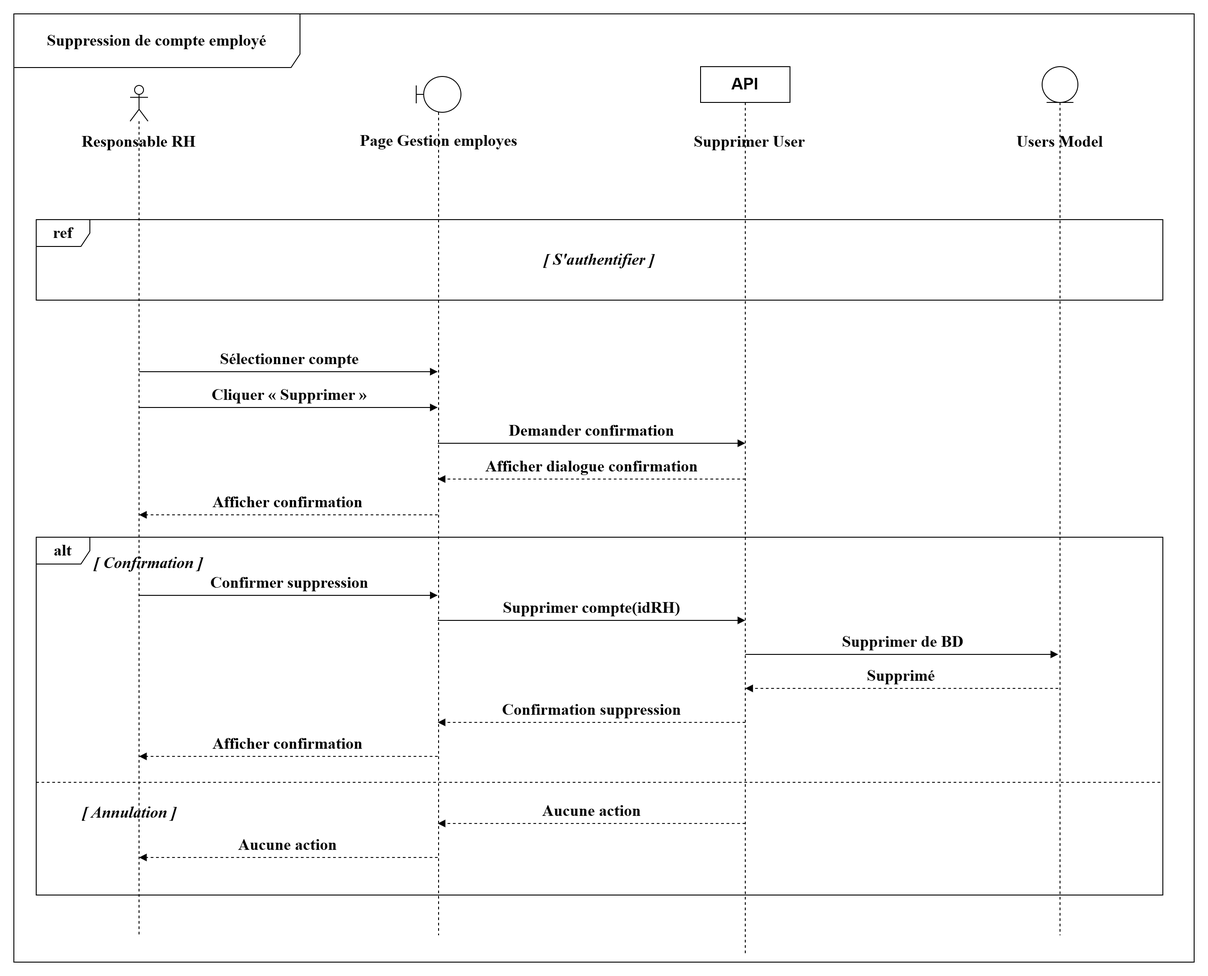
Above: projet/images/digf/ss1/sup.drawio.png in louu7895/pfe (draw.io), before the change. Source tidied: cells renumbered, new cells last; positions are measured from the earlier drawing's top-left corner, leaving out a move shared by most shapes.
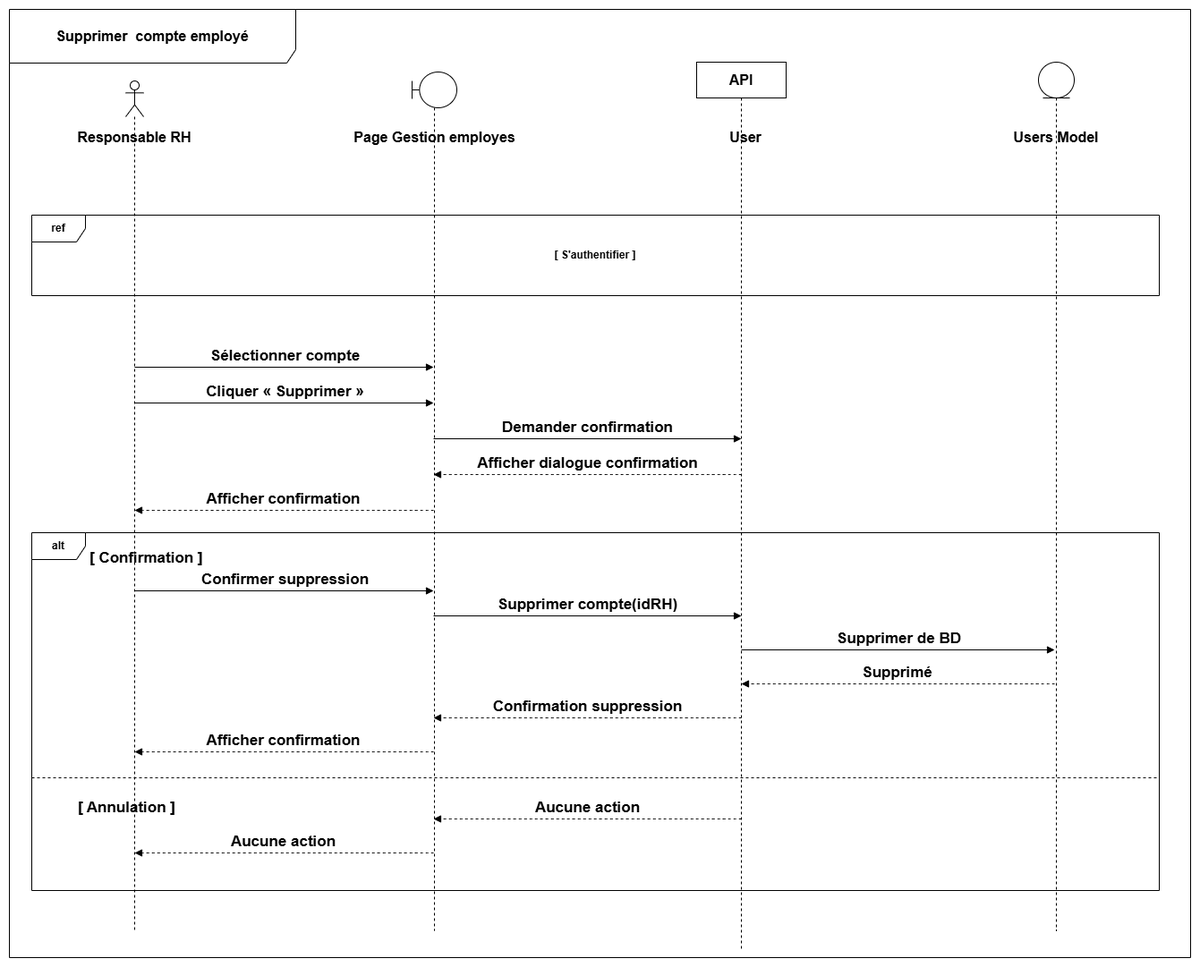
Later version of the same file.

What changed in the source:
```diff
@@ -2,127 +2,127 @@
   <root>
     <mxCell id="0" />
     <mxCell id="1" parent="0" />
-    <mxCell id="2" style="shape=umlLifeline;perimeter=lifelinePerimeter;whiteSpace=wrap;html=1;newEdgeStyle={&quot;curved&quot;:0,&quot;rounded&quot;:0};participant=umlActor;fontSize=18;fontFamily=Times New Roman;fontStyle=1;" parent="1" vertex="1">
+    <mxCell id="2" style="shape=umlLifeline;perimeter=lifelinePerimeter;whiteSpace=wrap;html=1;newEdgeStyle={&quot;curved&quot;:0,&quot;rounded&quot;:0};participant=umlActor;fontSize=16;fontFamily=Helvetica;fontStyle=1;" parent="1" vertex="1">
       <mxGeometry x="130" y="80" width="20" height="950" as="geometry" />
     </mxCell>
-    <mxCell id="3" style="shape=umlLifeline;perimeter=lifelinePerimeter;whiteSpace=wrap;html=1;newEdgeStyle={&quot;curved&quot;:0,&quot;rounded&quot;:0};participant=umlBoundary;fontSize=18;fontFamily=Times New Roman;fontStyle=1;" parent="1" vertex="1">
+    <mxCell id="3" style="shape=umlLifeline;perimeter=lifelinePerimeter;whiteSpace=wrap;html=1;newEdgeStyle={&quot;curved&quot;:0,&quot;rounded&quot;:0};participant=umlBoundary;fontSize=16;fontFamily=Helvetica;fontStyle=1;" parent="1" vertex="1">
       <mxGeometry x="450" y="70" width="50" height="960" as="geometry" />
     </mxCell>
-    <mxCell id="4" style="shape=umlLifeline;perimeter=lifelinePerimeter;whiteSpace=wrap;html=1;newEdgeStyle={&quot;curved&quot;:0,&quot;rounded&quot;:0};participant=umlEntity;fontSize=18;fontFamily=Times New Roman;fontStyle=1;" parent="1" vertex="1">
+    <mxCell id="4" style="shape=umlLifeline;perimeter=lifelinePerimeter;whiteSpace=wrap;html=1;newEdgeStyle={&quot;curved&quot;:0,&quot;rounded&quot;:0};participant=umlEntity;fontSize=16;fontFamily=Helvetica;fontStyle=1;" parent="1" vertex="1">
       <mxGeometry x="1150" y="59" width="40" height="971" as="geometry" />
     </mxCell>
-    <mxCell id="5" value="Responsable RH" style="text;html=1;whiteSpace=wrap;strokeColor=none;fillColor=none;align=center;verticalAlign=middle;rounded=0;fontSize=18;fontStyle=1;fontFamily=Times New Roman;" parent="1" vertex="1">
+    <mxCell id="5" value="Responsable RH" style="text;html=1;whiteSpace=wrap;strokeColor=none;fillColor=none;align=center;verticalAlign=middle;rounded=0;fontSize=16;fontStyle=1;fontFamily=Helvetica;" parent="1" vertex="1">
       <mxGeometry x="75" y="130" width="130" height="25" as="geometry" />
     </mxCell>
-    <mxCell id="6" value="Page Gestion employes&lt;div&gt;&lt;br&gt;&lt;/div&gt;" style="text;html=1;whiteSpace=wrap;strokeColor=none;fillColor=none;align=center;verticalAlign=middle;rounded=0;fontSize=18;fontStyle=1;fontFamily=Times New Roman;" parent="1" vertex="1">
+    <mxCell id="6" value="Page Gestion employes&lt;div&gt;&lt;br&gt;&lt;/div&gt;" style="text;html=1;whiteSpace=wrap;strokeColor=none;fillColor=none;align=center;verticalAlign=middle;rounded=0;fontSize=16;fontStyle=1;fontFamily=Helvetica;" parent="1" vertex="1">
       <mxGeometry x="341.5" y="140" width="267" height="25" as="geometry" />
     </mxCell>
-    <mxCell id="7" value="Supprimer User" style="text;html=1;whiteSpace=wrap;strokeColor=none;fillColor=none;align=center;verticalAlign=middle;rounded=0;fontSize=18;fontStyle=1;fontFamily=Times New Roman;" parent="1" vertex="1">
+    <mxCell id="7" value="User" style="text;html=1;whiteSpace=wrap;strokeColor=none;fillColor=none;align=center;verticalAlign=middle;rounded=0;fontSize=16;fontStyle=1;fontFamily=Helvetica;" parent="1" vertex="1">
       <mxGeometry x="758" y="130" width="130" height="25" as="geometry" />
     </mxCell>
-    <mxCell id="8" value="Users Model" style="text;html=1;whiteSpace=wrap;strokeColor=none;fillColor=none;align=center;verticalAlign=middle;rounded=0;fontSize=18;fontStyle=1;fontFamily=Times New Roman;" parent="1" vertex="1">
+    <mxCell id="8" value="Users Model" style="text;html=1;whiteSpace=wrap;strokeColor=none;fillColor=none;align=center;verticalAlign=middle;rounded=0;fontSize=16;fontStyle=1;fontFamily=Helvetica;" parent="1" vertex="1">
       <mxGeometry x="1115" y="130" width="110" height="25" as="geometry" />
     </mxCell>
-    <mxCell id="9" value="Suppression de compte employé" style="shape=umlFrame;whiteSpace=wrap;html=1;width=320;height=60;fontSize=18;fontFamily=Times New Roman;fontStyle=1;" parent="1" vertex="1">
+    <mxCell id="9" value="Supprimer&amp;nbsp; compte employé" style="shape=umlFrame;whiteSpace=wrap;html=1;width=320;height=60;fontSize=16;fontFamily=Helvetica;fontStyle=1;" parent="1" vertex="1">
       <mxGeometry width="1320" height="1060" as="geometry" />
     </mxCell>
-    <mxCell id="10" value="ref" style="shape=umlFrame;whiteSpace=wrap;html=1;fontSize=18;fontFamily=Times New Roman;fontStyle=1;" parent="1" vertex="1">
+    <mxCell id="10" value="ref" style="shape=umlFrame;whiteSpace=wrap;html=1;fontSize=12;fontFamily=Helvetica;fontStyle=1;" parent="1" vertex="1">
       <mxGeometry x="25" y="230" width="1260" height="90" as="geometry" />
     </mxCell>
-    <mxCell id="11" value="[ S'authentifier ]" style="text;html=1;whiteSpace=wrap;strokeColor=none;fillColor=none;align=center;verticalAlign=middle;rounded=0;fontSize=18;fontStyle=3;fontFamily=Times New Roman;" parent="1" vertex="1">
+    <mxCell id="11" value="[ S'authentifier ]" style="text;html=1;whiteSpace=wrap;strokeColor=none;fillColor=none;align=center;verticalAlign=middle;rounded=0;fontSize=12;fontStyle=1;fontFamily=Helvetica;" parent="1" vertex="1">
       <mxGeometry x="555" y="260" width="200" height="30" as="geometry" />
     </mxCell>
-    <mxCell id="12" value="Sélectionner compte" style="html=1;verticalAlign=bottom;endArrow=block;curved=0;rounded=0;fontSize=18;fontFamily=Times New Roman;fontStyle=1;" parent="1" edge="1">
+    <mxCell id="12" value="Sélectionner compte" style="html=1;verticalAlign=bottom;endArrow=block;curved=0;rounded=0;fontSize=17;fontFamily=Helvetica;fontStyle=1;" parent="1" edge="1">
       <mxGeometry relative="1" as="geometry">
         <mxPoint x="140" y="400" as="sourcePoint" />
         <mxPoint x="474" y="400" as="targetPoint" />
       </mxGeometry>
     </mxCell>
-    <mxCell id="13" value="Cliquer « Supprimer »" style="html=1;verticalAlign=bottom;endArrow=block;curved=0;rounded=0;fontSize=18;fontFamily=Times New Roman;fontStyle=1;" parent="1" edge="1">
+    <mxCell id="13" value="Cliquer « Supprimer »" style="html=1;verticalAlign=bottom;endArrow=block;curved=0;rounded=0;fontSize=17;fontFamily=Helvetica;fontStyle=1;" parent="1" edge="1">
       <mxGeometry relative="1" as="geometry">
         <mxPoint x="140" y="440" as="sourcePoint" />
         <mxPoint x="474" y="440" as="targetPoint" />
       </mxGeometry>
     </mxCell>
-    <mxCell id="14" value="Demander confirmation" style="html=1;verticalAlign=bottom;endArrow=block;curved=0;rounded=0;fontSize=18;fontFamily=Times New Roman;fontStyle=1;" parent="1" edge="1">
+    <mxCell id="14" value="Demander confirmation" style="html=1;verticalAlign=bottom;endArrow=block;curved=0;rounded=0;fontSize=17;fontFamily=Helvetica;fontStyle=1;" parent="1" edge="1">
       <mxGeometry relative="1" as="geometry">
         <mxPoint x="474" y="480" as="sourcePoint" />
         <mxPoint x="818" y="480" as="targetPoint" />
       </mxGeometry>
     </mxCell>
-    <mxCell id="15" value="Afficher dialogue confirmation" style="html=1;verticalAlign=bottom;endArrow=block;curved=1;rounded=0;dashed=1;fontSize=18;fontFamily=Times New Roman;fontStyle=1;" parent="1" edge="1">
+    <mxCell id="15" value="Afficher dialogue confirmation" style="html=1;verticalAlign=bottom;endArrow=block;curved=1;rounded=0;dashed=1;fontSize=17;fontFamily=Helvetica;fontStyle=1;" parent="1" edge="1">
       <mxGeometry relative="1" as="geometry">
         <mxPoint x="818" y="520" as="sourcePoint" />
         <mxPoint x="474" y="520" as="targetPoint" />
       </mxGeometry>
     </mxCell>
-    <mxCell id="16" value="Afficher confirmation" style="html=1;verticalAlign=bottom;endArrow=block;curved=1;rounded=0;dashed=1;fontSize=18;fontFamily=Times New Roman;fontStyle=1;" parent="1" edge="1">
+    <mxCell id="16" value="Afficher confirmation" style="html=1;verticalAlign=bottom;endArrow=block;curved=1;rounded=0;dashed=1;fontSize=17;fontFamily=Helvetica;fontStyle=1;" parent="1" edge="1">
       <mxGeometry relative="1" as="geometry">
         <mxPoint x="474" y="560" as="sourcePoint" />
         <mxPoint x="140" y="560" as="targetPoint" />
       </mxGeometry>
     </mxCell>
-    <mxCell id="17" value="alt" style="shape=umlFrame;whiteSpace=wrap;html=1;fontSize=18;fontFamily=Times New Roman;fontStyle=1;" parent="1" vertex="1">
+    <mxCell id="17" value="alt" style="shape=umlFrame;whiteSpace=wrap;html=1;fontSize=12;fontFamily=Helvetica;fontStyle=1;" parent="1" vertex="1">
       <mxGeometry x="25" y="585" width="1260" height="400" as="geometry" />
     </mxCell>
-    <mxCell id="18" value="[ Confirmation ]" style="text;html=1;whiteSpace=wrap;strokeColor=none;fillColor=none;align=left;verticalAlign=middle;rounded=0;fontSize=18;fontStyle=3;fontFamily=Times New Roman;" parent="1" vertex="1">
+    <mxCell id="18" value="[ Confirmation ]" style="text;html=1;whiteSpace=wrap;strokeColor=none;fillColor=none;align=left;verticalAlign=middle;rounded=0;fontSize=17;fontStyle=1;fontFamily=Helvetica;" parent="1" vertex="1">
       <mxGeometry x="88" y="601" width="160" height="25" as="geometry" />
     </mxCell>
-    <mxCell id="19" value="Confirmer suppression" style="html=1;verticalAlign=bottom;endArrow=block;curved=0;rounded=0;fontSize=18;fontFamily=Times New Roman;fontStyle=1;" parent="1" edge="1">
+    <mxCell id="19" value="Confirmer suppression" style="html=1;verticalAlign=bottom;endArrow=block;curved=0;rounded=0;fontSize=17;fontFamily=Helvetica;fontStyle=1;" parent="1" edge="1">
       <mxGeometry relative="1" as="geometry">
         <mxPoint x="140" y="650" as="sourcePoint" />
         <mxPoint x="474" y="650" as="targetPoint" />
       </mxGeometry>
     </mxCell>
-    <mxCell id="20" value="Supprimer compte(idRH)" style="html=1;verticalAlign=bottom;endArrow=block;curved=0;rounded=0;fontSize=18;fontFamily=Times New Roman;fontStyle=1;" parent="1" edge="1">
+    <mxCell id="20" value="Supprimer compte(idRH)" style="html=1;verticalAlign=bottom;endArrow=block;curved=0;rounded=0;fontSize=17;fontFamily=Helvetica;fontStyle=1;" parent="1" edge="1">
       <mxGeometry relative="1" as="geometry">
         <mxPoint x="474" y="678" as="sourcePoint" />
         <mxPoint x="818" y="678" as="targetPoint" />
       </mxGeometry>
     </mxCell>
-    <mxCell id="21" value="Supprimer de BD" style="html=1;verticalAlign=bottom;endArrow=block;curved=0;rounded=0;fontSize=18;fontFamily=Times New Roman;fontStyle=1;" parent="1" edge="1">
+    <mxCell id="21" value="Supprimer de BD" style="html=1;verticalAlign=bottom;endArrow=block;curved=0;rounded=0;fontSize=17;fontFamily=Helvetica;fontStyle=1;" parent="1" edge="1">
       <mxGeometry relative="1" as="geometry">
         <mxPoint x="818" y="716" as="sourcePoint" />
         <mxPoint x="1168" y="716" as="targetPoint" />
       </mxGeometry>
     </mxCell>
-    <mxCell id="22" value="Supprimé" style="html=1;verticalAlign=bottom;endArrow=block;curved=1;rounded=0;dashed=1;fontSize=18;fontFamily=Times New Roman;fontStyle=1;" parent="1" edge="1">
+    <mxCell id="22" value="Supprimé" style="html=1;verticalAlign=bottom;endArrow=block;curved=1;rounded=0;dashed=1;fontSize=17;fontFamily=Helvetica;fontStyle=1;" parent="1" edge="1">
       <mxGeometry relative="1" as="geometry">
         <mxPoint x="1168" y="754" as="sourcePoint" />
         <mxPoint x="818" y="754" as="targetPoint" />
       </mxGeometry>
     </mxCell>
-    <mxCell id="23" value="Confirmation suppression" style="html=1;verticalAlign=bottom;endArrow=block;curved=1;rounded=0;dashed=1;fontSize=18;fontFamily=Times New Roman;fontStyle=1;" parent="1" edge="1">
+    <mxCell id="23" value="Confirmation suppression" style="html=1;verticalAlign=bottom;endArrow=block;curved=1;rounded=0;dashed=1;fontSize=17;fontFamily=Helvetica;fontStyle=1;" parent="1" edge="1">
       <mxGeometry relative="1" as="geometry">
         <mxPoint x="818" y="792" as="sourcePoint" />
         <mxPoint x="474" y="792" as="targetPoint" />
       </mxGeometry>
     </mxCell>
-    <mxCell id="24" value="Afficher confirmation" style="html=1;verticalAlign=bottom;endArrow=block;curved=1;rounded=0;dashed=1;fontSize=18;fontFamily=Times New Roman;fontStyle=1;" parent="1" edge="1">
+    <mxCell id="24" value="Afficher confirmation" style="html=1;verticalAlign=bottom;endArrow=block;curved=1;rounded=0;dashed=1;fontSize=17;fontFamily=Helvetica;fontStyle=1;" parent="1" edge="1">
       <mxGeometry relative="1" as="geometry">
         <mxPoint x="474" y="830" as="sourcePoint" />
         <mxPoint x="140" y="830" as="targetPoint" />
       </mxGeometry>
     </mxCell>
-    <mxCell id="25" style="line;strokeWidth=1;fillColor=none;align=left;verticalAlign=middle;spacingTop=-1;spacingLeft=3;spacingRight=3;labelPosition=right;strokeColor=inherit;dashed=1;fontSize=18;fontFamily=Times New Roman;fontStyle=1;" parent="1" vertex="1">
+    <mxCell id="25" style="line;strokeWidth=1;fillColor=none;align=left;verticalAlign=middle;spacingTop=-1;spacingLeft=3;spacingRight=3;labelPosition=right;strokeColor=inherit;dashed=1;fontSize=12;fontFamily=Helvetica;fontStyle=1;" parent="1" vertex="1">
       <mxGeometry x="25" y="855" width="1260" height="8" as="geometry" />
     </mxCell>
-    <mxCell id="26" value="[ Annulation ]" style="text;html=1;whiteSpace=wrap;strokeColor=none;fillColor=none;align=left;verticalAlign=middle;rounded=0;fontSize=18;fontStyle=3;fontFamily=Times New Roman;" parent="1" vertex="1">
+    <mxCell id="26" value="[ Annulation ]" style="text;html=1;whiteSpace=wrap;strokeColor=none;fillColor=none;align=left;verticalAlign=middle;rounded=0;fontSize=17;fontStyle=1;fontFamily=Helvetica;" parent="1" vertex="1">
       <mxGeometry x="75" y="880" width="140" height="25" as="geometry" />
     </mxCell>
-    <mxCell id="27" value="Aucune action" style="html=1;verticalAlign=bottom;endArrow=block;curved=1;rounded=0;dashed=1;fontSize=18;fontFamily=Times New Roman;fontStyle=1;" parent="1" edge="1">
+    <mxCell id="27" value="Aucune action" style="html=1;verticalAlign=bottom;endArrow=block;curved=1;rounded=0;dashed=1;fontSize=17;fontFamily=Helvetica;fontStyle=1;" parent="1" edge="1">
       <mxGeometry relative="1" as="geometry">
         <mxPoint x="818" y="905" as="sourcePoint" />
         <mxPoint x="474" y="905" as="targetPoint" />
       </mxGeometry>
     </mxCell>
-    <mxCell id="28" value="Aucune action" style="html=1;verticalAlign=bottom;endArrow=block;curved=1;rounded=0;dashed=1;fontSize=18;fontFamily=Times New Roman;fontStyle=1;" parent="1" edge="1">
+    <mxCell id="28" value="Aucune action" style="html=1;verticalAlign=bottom;endArrow=block;curved=1;rounded=0;dashed=1;fontSize=17;fontFamily=Helvetica;fontStyle=1;" parent="1" edge="1">
       <mxGeometry relative="1" as="geometry">
         <mxPoint x="474" y="943" as="sourcePoint" />
         <mxPoint x="140" y="943" as="targetPoint" />
       </mxGeometry>
     </mxCell>
-    <mxCell id="29" value="API" style="shape=umlLifeline;perimeter=lifelinePerimeter;whiteSpace=wrap;html=1;newEdgeStyle={&quot;curved&quot;:0,&quot;rounded&quot;:0};fontStyle=1;fontSize=18;" parent="1" vertex="1">
+    <mxCell id="29" value="API" style="shape=umlLifeline;perimeter=lifelinePerimeter;whiteSpace=wrap;html=1;newEdgeStyle={&quot;curved&quot;:0,&quot;rounded&quot;:0};fontStyle=1;fontSize=16;fontFamily=Helvetica;" parent="1" vertex="1">
       <mxGeometry x="768" y="59" width="100" height="991" as="geometry" />
     </mxCell>
   </root>
```
